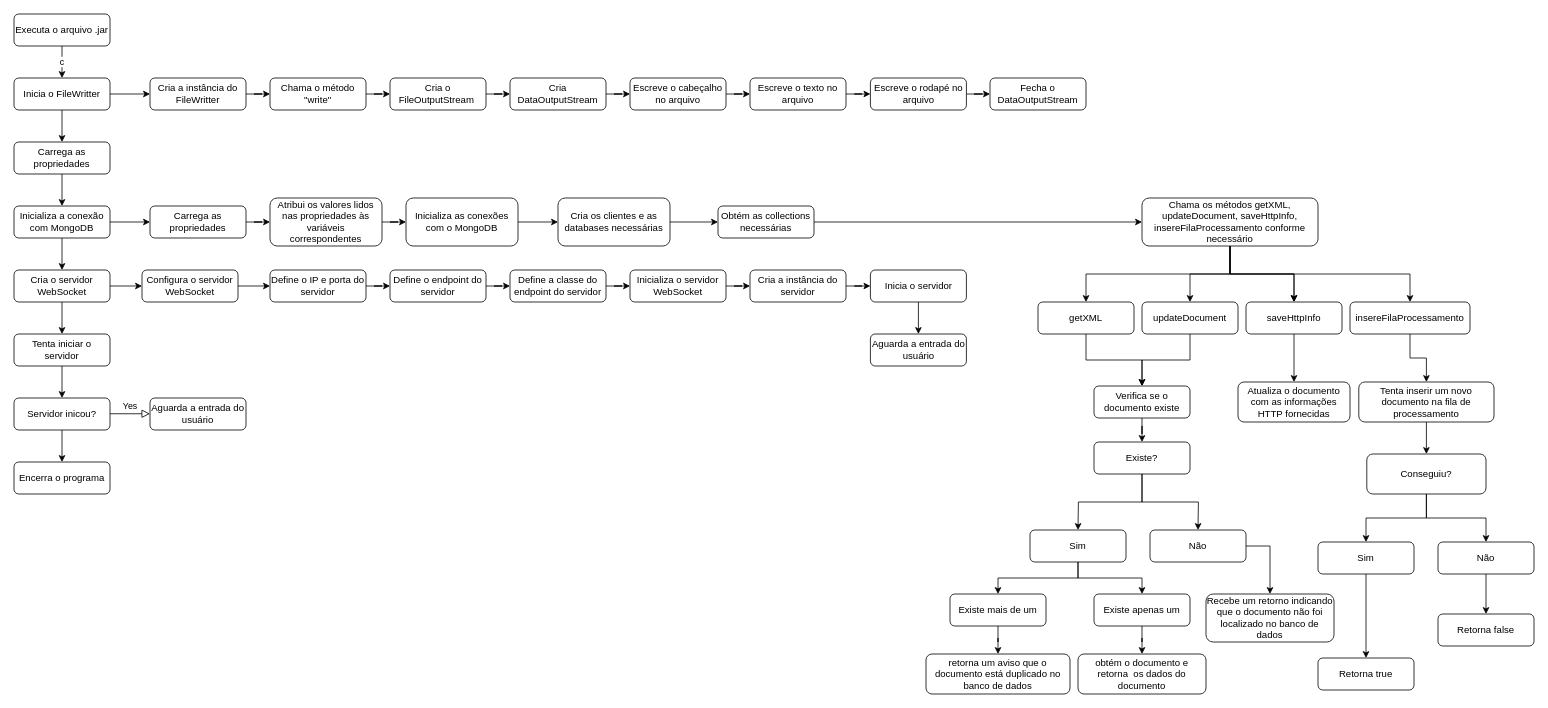
This is Diagrama sem nome.drawio from saykiuzo/teste, a draw.io file, before an edit. Source tidied: cells renumbered, new cells numbered last; positions are measured from the earlier drawing's top-left corner, leaving out a move shared by most shapes. Both pictures are drawn from the tidied source at 80%, with x=0, y=0 at pixel (14, 14).
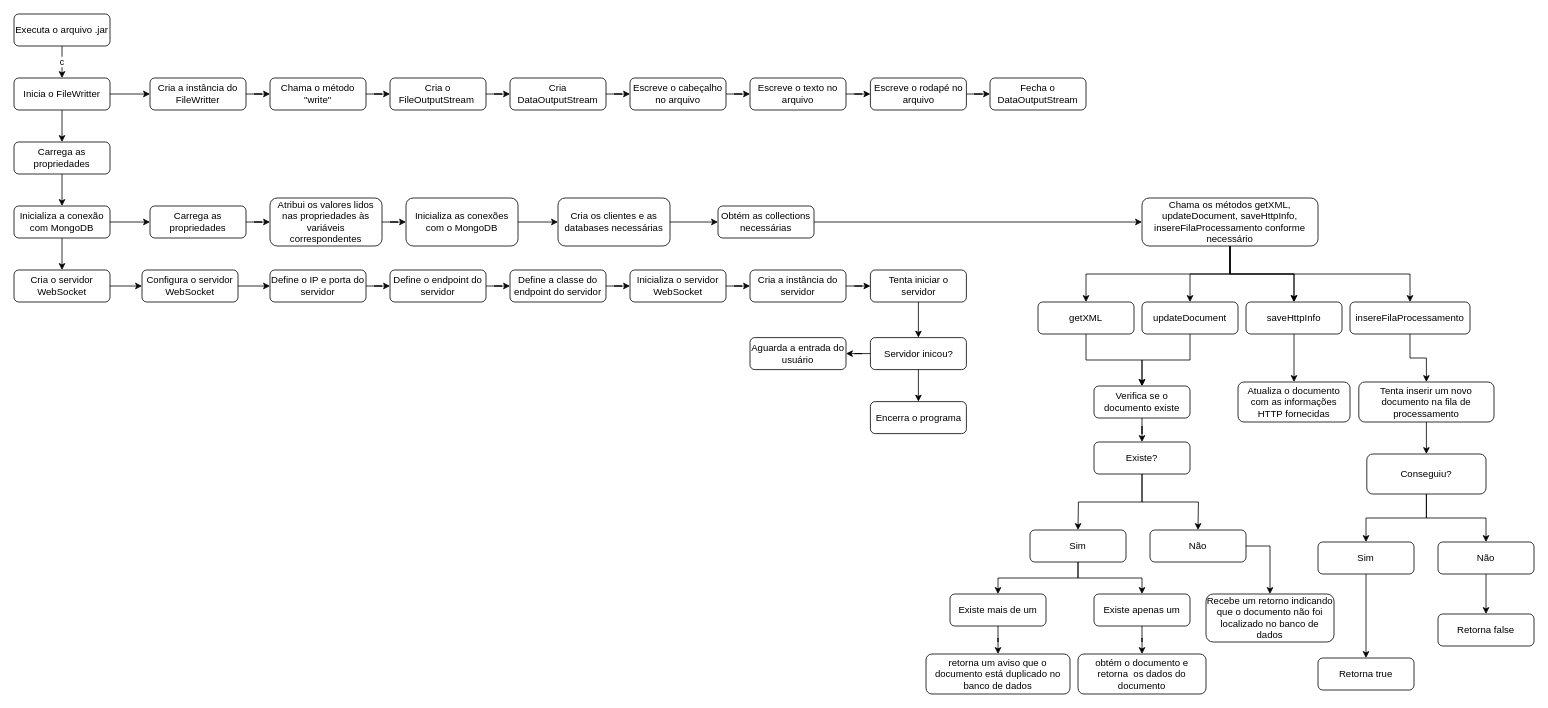
Above is the later version.

Unchanged cells that the change refers to:
```xml
<mxCell id="16" value="Cria o servidor WebSocket" style="rounded=1;whiteSpace=wrap;html=1;fontSize=12;glass=0;strokeWidth=1;shadow=0;perimeterSpacing=0;" parent="1" vertex="1">
  <mxGeometry y="320" width="120" height="40" as="geometry" />
</mxCell>
```

The edit, as a diff of the source:
```diff
@@
     <mxCell id="4" value="Aguarda a entrada do usuário" style="rounded=1;whiteSpace=wrap;html=1;fontSize=12;glass=0;strokeWidth=1;shadow=0;perimeterSpacing=0;" parent="1" vertex="1">
-      <mxGeometry x="170" y="480" width="120" height="40" as="geometry" />
+      <mxGeometry x="920" y="404.5" width="120" height="40" as="geometry" />
     </mxCell>
-    <mxCell id="5" value="Yes" style="edgeStyle=orthogonalEdgeStyle;rounded=0;html=1;jettySize=auto;orthogonalLoop=1;fontSize=11;endArrow=block;endFill=0;endSize=8;strokeWidth=1;shadow=0;labelBackgroundColor=none;" parent="1" edge="1">
-      <mxGeometry y="10" relative="1" as="geometry">
-        <mxPoint x="120" y="499.7" as="sourcePoint" />
-        <mxPoint x="170" y="499.7" as="targetPoint" />
-        <Array as="points">
-          <mxPoint x="140" y="499.7" />
-          <mxPoint x="140" y="499.7" />
-        </Array>
-      </mxGeometry>
-    </mxCell>
@@
-    <mxCell id="14" style="edgeStyle=orthogonalEdgeStyle;rounded=0;jettySize=auto;html=1;" parent="1" edge="1" source="16" target="18">
-      <mxGeometry relative="1" as="geometry" />
-    </mxCell>
@@
-    <mxCell id="17" style="edgeStyle=orthogonalEdgeStyle;rounded=0;jettySize=auto;html=1;" parent="1" edge="1" source="18" target="20">
-      <mxGeometry relative="1" as="geometry" />
-    </mxCell>
-    <mxCell id="18" value="Tenta iniciar o servidor" style="rounded=1;whiteSpace=wrap;html=1;fontSize=12;glass=0;strokeWidth=1;shadow=0;perimeterSpacing=0;" parent="1" vertex="1">
-      <mxGeometry y="400" width="120" height="40" as="geometry" />
-    </mxCell>
@@
+    <mxCell id="105" style="edgeStyle=orthogonalEdgeStyle;rounded=0;jettySize=auto;html=1;" parent="1" edge="1" source="20" target="4">
+      <mxGeometry relative="1" as="geometry" />
+    </mxCell>
     <mxCell id="20" value="Servidor inicou?" style="rounded=1;whiteSpace=wrap;html=1;fontSize=12;glass=0;strokeWidth=1;shadow=0;perimeterSpacing=0;" parent="1" vertex="1">
-      <mxGeometry y="480" width="120" height="40" as="geometry" />
+      <mxGeometry x="1070.5" y="404.5" width="120" height="40" as="geometry" />
     </mxCell>
     <mxCell id="21" value="&lt;div style=&quot;border-color: var(--border-color);&quot;&gt;Encerra o programa&lt;/div&gt;" style="rounded=1;whiteSpace=wrap;html=1;fontSize=12;glass=0;strokeWidth=1;shadow=0;perimeterSpacing=0;" parent="1" vertex="1">
-      <mxGeometry y="560" width="120" height="40" as="geometry" />
+      <mxGeometry x="1070.5" y="484.5" width="120" height="40" as="geometry" />
     </mxCell>
@@
-    <mxCell id="102" style="edgeStyle=orthogonalEdgeStyle;rounded=0;jettySize=auto;html=1;" parent="1" edge="1" source="103" target="104">
-      <mxGeometry relative="1" as="geometry" />
-    </mxCell>
+    <mxCell id="106" style="edgeStyle=orthogonalEdgeStyle;rounded=0;jettySize=auto;html=1;" parent="1" edge="1" source="103" target="20">
+      <mxGeometry relative="1" as="geometry" />
+    </mxCell>
-    <mxCell id="103" value="Inicia o servidor" style="rounded=1;whiteSpace=wrap;html=1;fontSize=12;glass=0;strokeWidth=1;shadow=0;perimeterSpacing=0;" parent="1" vertex="1">
+    <mxCell id="103" value="Tenta iniciar o servidor" style="rounded=1;whiteSpace=wrap;html=1;fontSize=12;glass=0;strokeWidth=1;shadow=0;perimeterSpacing=0;" parent="1" vertex="1">
       <mxGeometry x="1070.5" y="320" width="120" height="40" as="geometry" />
     </mxCell>
-    <mxCell id="104" value="Aguarda a entrada do usuário" style="rounded=1;whiteSpace=wrap;html=1;fontSize=12;glass=0;strokeWidth=1;shadow=0;perimeterSpacing=0;" parent="1" vertex="1">
-      <mxGeometry x="1070.5" y="400" width="120" height="40" as="geometry" />
-    </mxCell>
```
